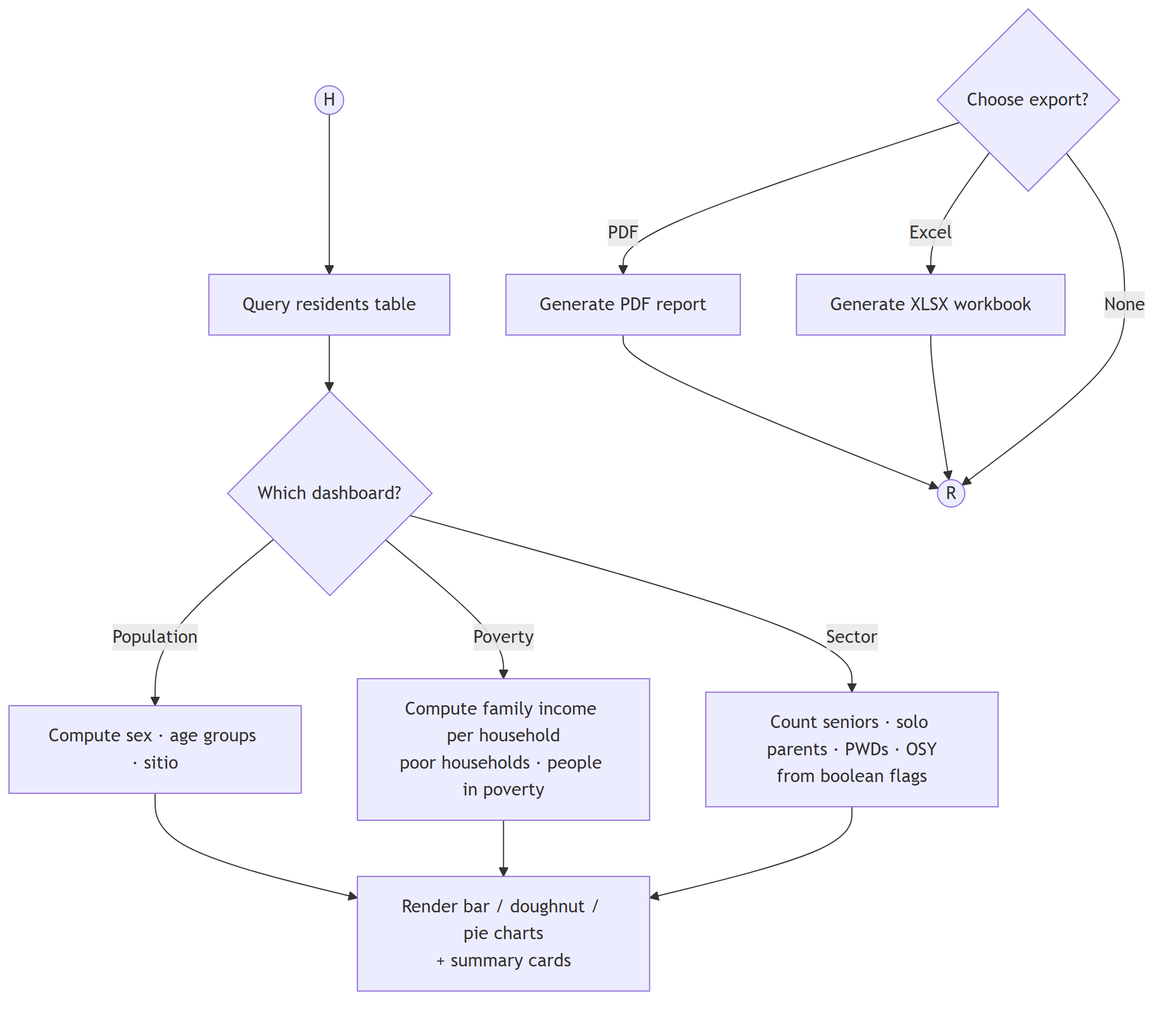
Above: diagrams/modules/analytics_dashboards.png in KellyEspera/protect (Mermaid), before the change. Its source is kept beside it as diagrams/modules/analytics_dashboards.mmd.
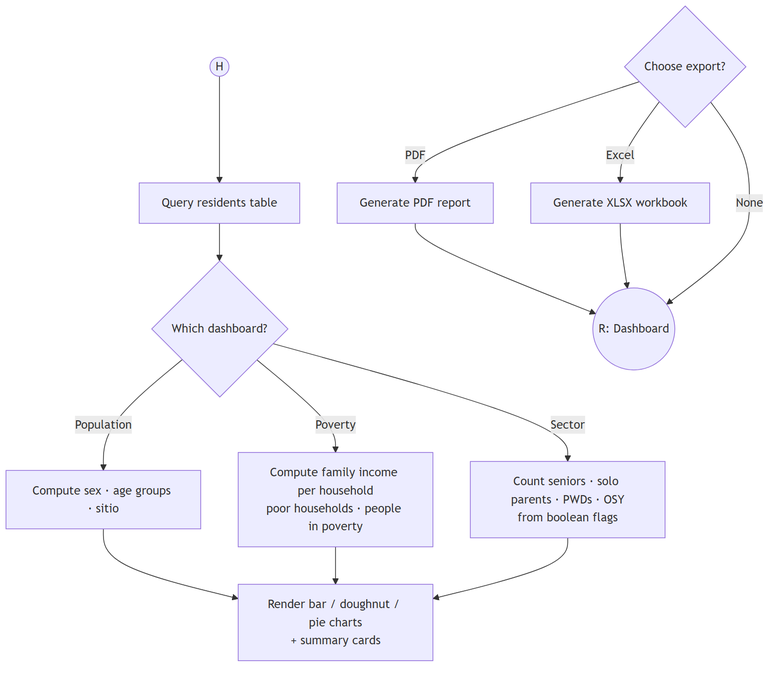
Above is the later version.

Change to the diagram source:
```diff
@@ -10,6 +10,6 @@
     P2 --> Render
     P3 --> Render
     Export{Choose export?}
-    Export -- PDF --> PDF[Generate PDF report] --> R((R))
-    Export -- Excel --> Excel[Generate XLSX workbook] --> R((R))
+    Export -- PDF --> PDF[Generate PDF report] --> R((R: Dashboard))
+    Export -- Excel --> Excel[Generate XLSX workbook] --> R((R: Dashboard))
     Export -- None --> R
```
